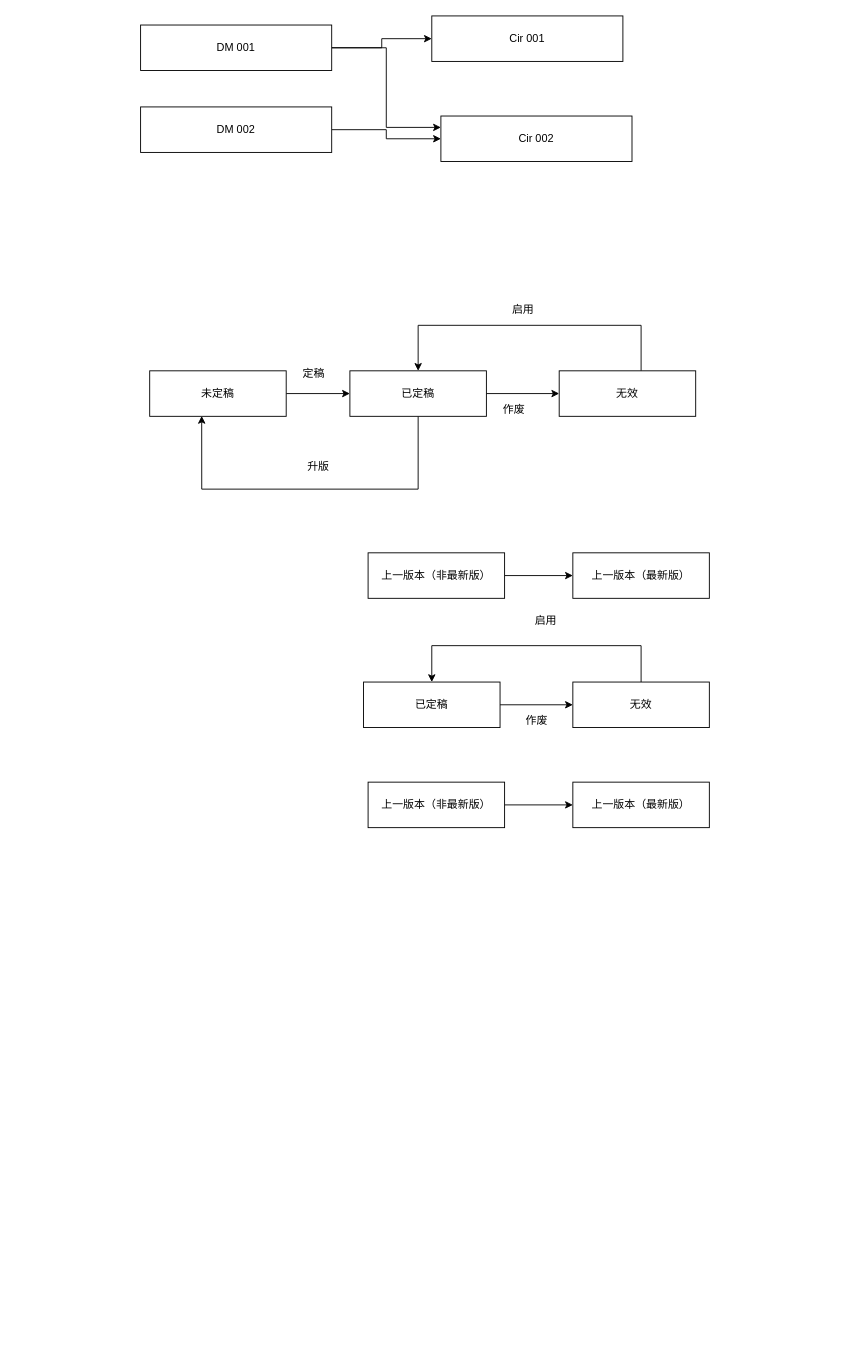
Before: csdb/cir与DM的关联关系.drawio in DemonHan/KuickBuy, a draw.io diagram. Source tidied: cells renumbered, new cells numbered last; positions are measured from the earlier drawing's top-left corner, leaving out a move shared by most shapes. Both pictures are drawn from the tidied source at 91%, with x=0, y=0 at pixel (140, 15).
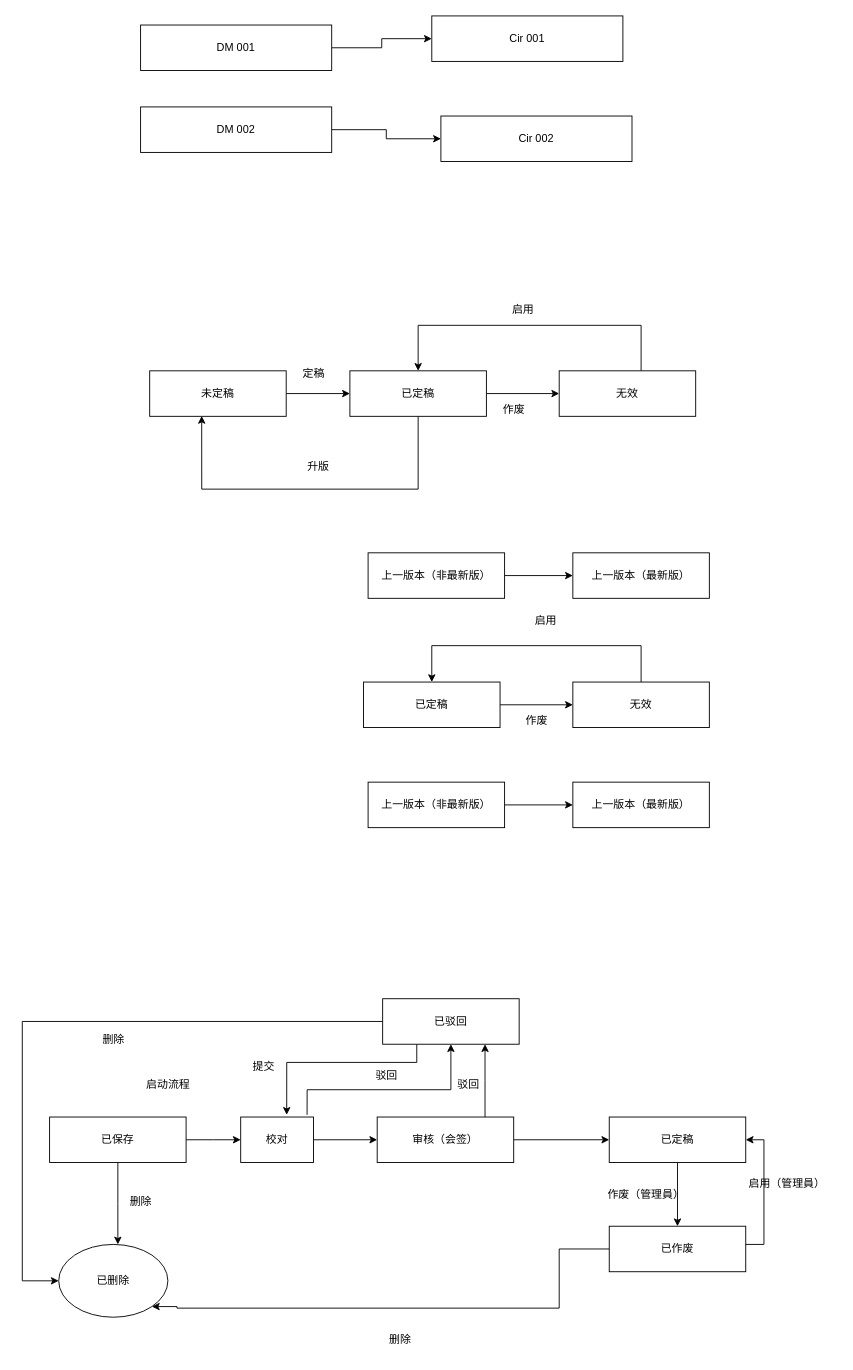
The same page after the edit.

Commit message:
更新cir与DM的关联关系.drawio

Unchanged cells that the change refers to:
```xml
<mxCell id="4" value="DM 001" style="rounded=0;whiteSpace=wrap;html=1;" parent="1" vertex="1">
  <mxGeometry y="10" width="210" height="50" as="geometry" />
</mxCell>
<mxCell id="7" value="Cir 002" style="rounded=0;whiteSpace=wrap;html=1;" parent="1" vertex="1">
  <mxGeometry x="330" y="110" width="210" height="50" as="geometry" />
</mxCell>
```

What changed in the source:
```diff
@@
-    <mxCell id="3" style="edgeStyle=orthogonalEdgeStyle;rounded=0;jettySize=auto;html=1;entryX=0;entryY=0.25;entryDx=0;entryDy=0;" parent="1" edge="1" source="4" target="7">
-      <mxGeometry relative="1" as="geometry" />
-    </mxCell>
@@
+    <mxCell id="32" style="edgeStyle=orthogonalEdgeStyle;rounded=0;jettySize=auto;html=1;" parent="1" edge="1" source="34">
+      <mxGeometry relative="1" as="geometry">
+        <mxPoint x="110" y="1235" as="targetPoint" />
+      </mxGeometry>
+    </mxCell>
+    <mxCell id="33" style="edgeStyle=orthogonalEdgeStyle;rounded=0;jettySize=auto;html=1;" parent="1" edge="1" source="34">
+      <mxGeometry relative="1" as="geometry">
+        <mxPoint x="-25" y="1350" as="targetPoint" />
+      </mxGeometry>
+    </mxCell>
+    <mxCell id="34" value="已保存" style="rounded=0;whiteSpace=wrap;html=1;" parent="1" vertex="1">
+      <mxGeometry x="-100" y="1210" width="150" height="50" as="geometry" />
+    </mxCell>
+    <mxCell id="35" style="edgeStyle=orthogonalEdgeStyle;rounded=0;jettySize=auto;html=1;" parent="1" edge="1" source="36" target="38">
+      <mxGeometry relative="1" as="geometry" />
+    </mxCell>
+    <mxCell id="36" value="审核（会签）" style="rounded=0;whiteSpace=wrap;html=1;" parent="1" vertex="1">
+      <mxGeometry x="260" y="1210" width="150" height="50" as="geometry" />
+    </mxCell>
+    <mxCell id="37" style="edgeStyle=orthogonalEdgeStyle;rounded=0;jettySize=auto;html=1;entryX=0.5;entryY=0;entryDx=0;entryDy=0;" parent="1" edge="1" source="38" target="41">
+      <mxGeometry relative="1" as="geometry" />
+    </mxCell>
+    <mxCell id="38" value="已定稿" style="rounded=0;whiteSpace=wrap;html=1;" parent="1" vertex="1">
+      <mxGeometry x="515" y="1210" width="150" height="50" as="geometry" />
+    </mxCell>
+    <mxCell id="39" style="edgeStyle=orthogonalEdgeStyle;rounded=0;jettySize=auto;html=1;entryX=1;entryY=0.5;entryDx=0;entryDy=0;" parent="1" edge="1" source="41" target="38">
+      <mxGeometry relative="1" as="geometry">
+        <Array as="points">
+          <mxPoint x="685" y="1350" />
+          <mxPoint x="685" y="1235" />
+        </Array>
+      </mxGeometry>
+    </mxCell>
+    <mxCell id="40" style="edgeStyle=orthogonalEdgeStyle;rounded=0;jettySize=auto;html=1;entryX=1;entryY=1;entryDx=0;entryDy=0;" parent="1" edge="1" source="41" target="44">
+      <mxGeometry relative="1" as="geometry">
+        <Array as="points">
+          <mxPoint x="460" y="1355" />
+          <mxPoint x="460" y="1420" />
+          <mxPoint x="40" y="1420" />
+          <mxPoint x="40" y="1418" />
+        </Array>
+      </mxGeometry>
+    </mxCell>
+    <mxCell id="41" value="已作废" style="rounded=0;whiteSpace=wrap;html=1;" parent="1" vertex="1">
+      <mxGeometry x="515" y="1330" width="150" height="50" as="geometry" />
+    </mxCell>
+    <mxCell id="42" value="作废（管理員）" style="text;html=1;align=center;verticalAlign=middle;strokeColor=none;fillColor=none;" parent="1" vertex="1">
+      <mxGeometry x="500" y="1280" width="110" height="30" as="geometry" />
+    </mxCell>
+    <mxCell id="43" value="启用（管理員）" style="text;html=1;align=center;verticalAlign=middle;strokeColor=none;fillColor=none;" parent="1" vertex="1">
+      <mxGeometry x="655" y="1268" width="110" height="30" as="geometry" />
+    </mxCell>
+    <mxCell id="44" value="已删除" style="ellipse;whiteSpace=wrap;html=1;" parent="1" vertex="1">
+      <mxGeometry x="-90" y="1350" width="120" height="80" as="geometry" />
+    </mxCell>
+    <mxCell id="45" value="删除" style="text;html=1;align=center;verticalAlign=middle;strokeColor=none;fillColor=none;" parent="1" vertex="1">
+      <mxGeometry x="-25" y="1288" width="50" height="30" as="geometry" />
+    </mxCell>
+    <mxCell id="46" style="edgeStyle=orthogonalEdgeStyle;rounded=0;jettySize=auto;html=1;entryX=0.632;entryY=-0.048;entryDx=0;entryDy=0;entryPerimeter=0;exitX=0.25;exitY=1;exitDx=0;exitDy=0;" parent="1" edge="1" source="48" target="57">
+      <mxGeometry relative="1" as="geometry">
+        <Array as="points">
+          <mxPoint x="304" y="1150" />
+          <mxPoint x="161" y="1150" />
+        </Array>
+      </mxGeometry>
+    </mxCell>
+    <mxCell id="47" style="edgeStyle=orthogonalEdgeStyle;rounded=0;jettySize=auto;html=1;entryX=0;entryY=0.5;entryDx=0;entryDy=0;" parent="1" edge="1" source="48" target="44">
+      <mxGeometry relative="1" as="geometry">
+        <Array as="points">
+          <mxPoint x="-130" y="1105" />
+          <mxPoint x="-130" y="1390" />
+        </Array>
+      </mxGeometry>
+    </mxCell>
+    <mxCell id="48" value="已驳回" style="rounded=0;whiteSpace=wrap;html=1;" parent="1" vertex="1">
+      <mxGeometry x="266" y="1080" width="150" height="50" as="geometry" />
+    </mxCell>
+    <mxCell id="49" style="edgeStyle=orthogonalEdgeStyle;rounded=0;jettySize=auto;html=1;entryX=0.75;entryY=1;entryDx=0;entryDy=0;" parent="1" edge="1" source="36" target="48">
+      <mxGeometry relative="1" as="geometry">
+        <Array as="points">
+          <mxPoint x="379" y="1170" />
+        </Array>
+      </mxGeometry>
+    </mxCell>
+    <mxCell id="50" value="驳回" style="text;html=1;align=center;verticalAlign=middle;strokeColor=none;fillColor=none;" parent="1" vertex="1">
+      <mxGeometry x="335" y="1160" width="50" height="30" as="geometry" />
+    </mxCell>
+    <mxCell id="51" value="提交" style="text;html=1;align=center;verticalAlign=middle;strokeColor=none;fillColor=none;" parent="1" vertex="1">
+      <mxGeometry x="110" y="1140" width="50" height="30" as="geometry" />
+    </mxCell>
+    <mxCell id="52" value="启动流程" style="text;html=1;align=center;verticalAlign=middle;strokeColor=none;fillColor=none;" parent="1" vertex="1">
+      <mxGeometry x="-5" y="1160" width="70" height="30" as="geometry" />
+    </mxCell>
+    <mxCell id="53" value="删除" style="text;html=1;align=center;verticalAlign=middle;strokeColor=none;fillColor=none;" parent="1" vertex="1">
+      <mxGeometry x="-55" y="1110" width="50" height="30" as="geometry" />
+    </mxCell>
+    <mxCell id="54" value="删除" style="text;html=1;align=center;verticalAlign=middle;strokeColor=none;fillColor=none;" parent="1" vertex="1">
+      <mxGeometry x="260" y="1440" width="50" height="30" as="geometry" />
+    </mxCell>
+    <mxCell id="55" style="edgeStyle=orthogonalEdgeStyle;rounded=0;jettySize=auto;html=1;entryX=0;entryY=0.5;entryDx=0;entryDy=0;" parent="1" edge="1" source="57" target="36">
+      <mxGeometry relative="1" as="geometry" />
+    </mxCell>
+    <mxCell id="56" style="edgeStyle=orthogonalEdgeStyle;rounded=0;jettySize=auto;html=1;entryX=0.5;entryY=1;entryDx=0;entryDy=0;exitX=0.912;exitY=-0.048;exitDx=0;exitDy=0;exitPerimeter=0;" parent="1" edge="1" source="57" target="48">
+      <mxGeometry relative="1" as="geometry">
+        <Array as="points">
+          <mxPoint x="183" y="1180" />
+          <mxPoint x="341" y="1180" />
+        </Array>
+      </mxGeometry>
+    </mxCell>
+    <mxCell id="57" value="校对" style="rounded=0;whiteSpace=wrap;html=1;" parent="1" vertex="1">
+      <mxGeometry x="110" y="1210" width="80" height="50" as="geometry" />
+    </mxCell>
+    <mxCell id="58" value="驳回" style="text;html=1;align=center;verticalAlign=middle;strokeColor=none;fillColor=none;" parent="1" vertex="1">
+      <mxGeometry x="245" y="1150" width="50" height="30" as="geometry" />
+    </mxCell>
```
